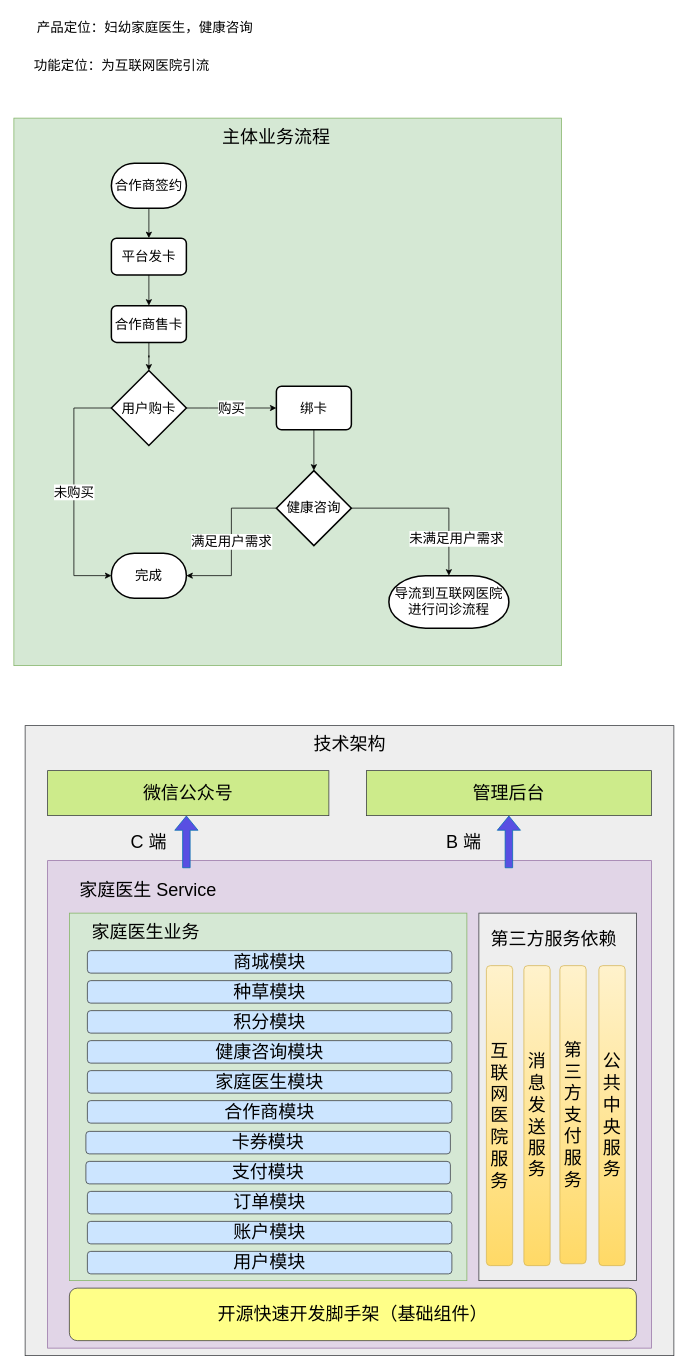
This is jbh/家庭医生v1.drawio from GitHeP/diagrams, a draw.io file, before an edit. Source tidied: cells renumbered, new cells numbered last; positions are measured from the earlier drawing's top-left corner, leaving out a move shared by most shapes. Both pictures are drawn from the tidied source at 75%, with x=0, y=0 at pixel (13, 13).
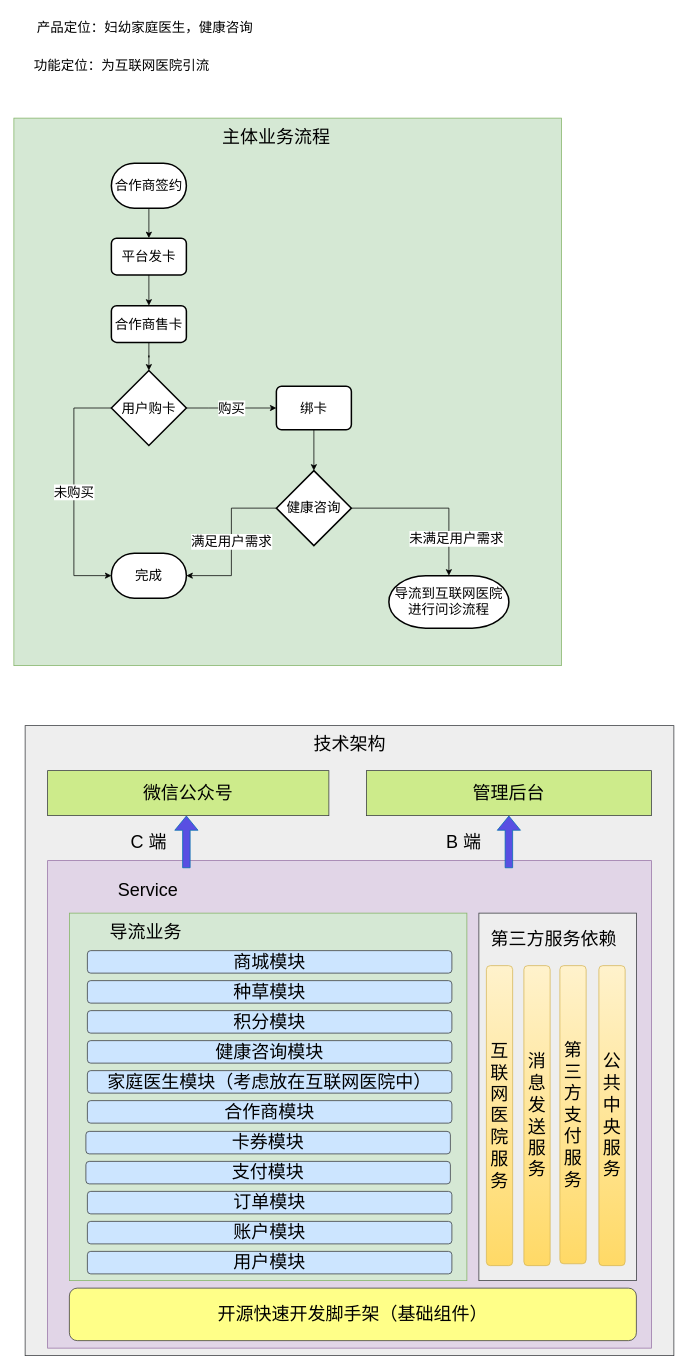
Above is the later version.

Commit message:
更新家庭医生v1.drawio

The edit, as a diff of the source:
```diff
@@
-    <mxCell id="25" value="&lt;font style=&quot;font-size: 24px;&quot;&gt;家庭医生业务&lt;/font&gt;" style="text;html=1;strokeColor=none;fillColor=none;align=center;verticalAlign=middle;whiteSpace=wrap;rounded=0;fontSize=18;" parent="1" vertex="1">
+    <mxCell id="25" value="&lt;font style=&quot;font-size: 24px;&quot;&gt;导流业务&lt;/font&gt;" style="text;html=1;strokeColor=none;fillColor=none;align=center;verticalAlign=middle;whiteSpace=wrap;rounded=0;fontSize=18;" parent="1" vertex="1">
       <mxGeometry x="97" y="1210" width="160" height="30" as="geometry" />
     </mxCell>
@@
-    <mxCell id="28" value="家庭医生模块" style="rounded=1;whiteSpace=wrap;html=1;fontSize=24;fillColor=#cce5ff;strokeColor=#36393d;" parent="1" vertex="1">
+    <mxCell id="28" value="家庭医生模块（考虑放在互联网医院中）" style="rounded=1;whiteSpace=wrap;html=1;fontSize=24;fillColor=#cce5ff;strokeColor=#36393d;" parent="1" vertex="1">
       <mxGeometry x="99" y="1410" width="486" height="30" as="geometry" />
     </mxCell>
@@
-    <mxCell id="38" value="&lt;font style=&quot;font-size: 24px;&quot;&gt;家庭医生 Service&lt;/font&gt;" style="text;html=1;strokeColor=none;fillColor=none;align=center;verticalAlign=middle;whiteSpace=wrap;rounded=0;fontSize=18;" parent="1" vertex="1">
+    <mxCell id="38" value="&lt;font style=&quot;font-size: 24px;&quot;&gt;Service&lt;/font&gt;" style="text;html=1;strokeColor=none;fillColor=none;align=center;verticalAlign=middle;whiteSpace=wrap;rounded=0;fontSize=18;" parent="1" vertex="1">
       <mxGeometry x="72.5" y="1150" width="213.5" height="40" as="geometry" />
     </mxCell>
```
